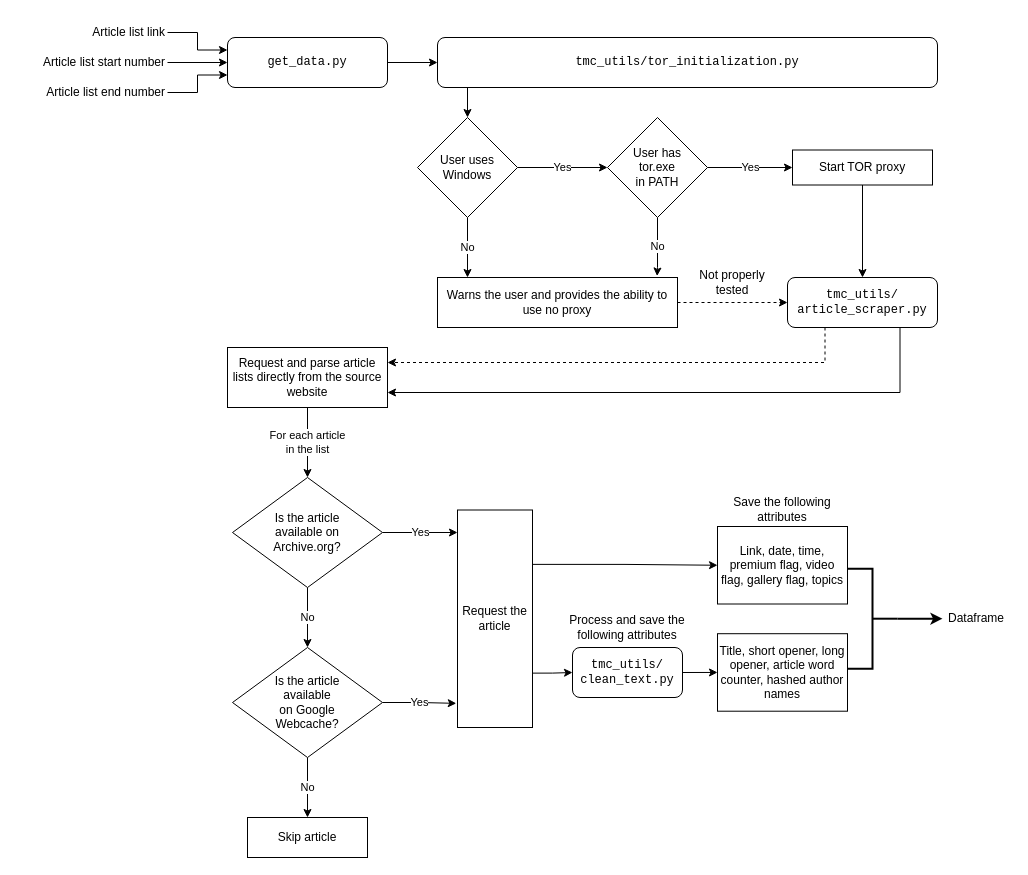
The draw.io diagram img/diagram.drawio in rnd195/text-mining-covid, before the edit. Source tidied: cells renumbered, new cells numbered last; positions are measured from the earlier drawing's top-left corner, leaving out a move shared by most shapes. Both pictures are drawn from the tidied source at 100%, with x=0, y=0 at pixel (17, 17).
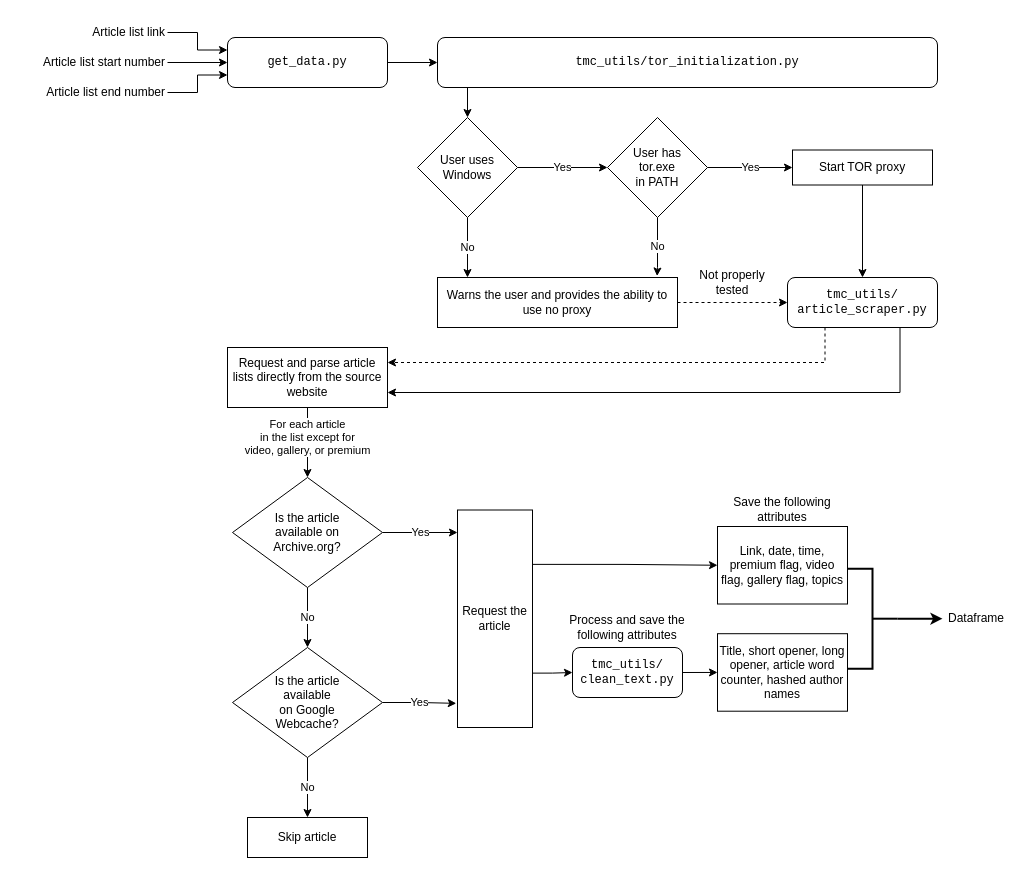
Above is the later version.

Unchanged cells that the change refers to:
```xml
<mxCell id="27" value="Request and parse article lists directly from the source website" style="rounded=0;whiteSpace=wrap;html=1;fontFamily=Helvetica;" parent="1" vertex="1">
  <mxGeometry x="210" y="330" width="160" height="60" as="geometry" />
</mxCell>
```

The edit, as a diff of the source:
```diff
@@
-    <mxCell id="26" value="&lt;div&gt;For each article&lt;/div&gt;&lt;div&gt;in the list&lt;br&gt;&lt;/div&gt;" style="edgeStyle=orthogonalEdgeStyle;rounded=0;jettySize=auto;html=1;exitX=0.5;exitY=1;exitDx=0;exitDy=0;fontFamily=Helvetica;" parent="1" edge="1" source="27">
-      <mxGeometry relative="1" as="geometry">
+    <mxCell id="26" value="&lt;div&gt;For each article&lt;/div&gt;&lt;div&gt;in the list except for &lt;br&gt;&lt;/div&gt;&lt;div&gt;video, gallery, or premium&lt;br&gt;&lt;/div&gt;" style="edgeStyle=orthogonalEdgeStyle;rounded=0;jettySize=auto;html=1;exitX=0.5;exitY=1;exitDx=0;exitDy=0;fontFamily=Helvetica;endSize=6;jumpSize=6;" parent="1" edge="1" source="27">
+      <mxGeometry x="-0.14" relative="1" as="geometry">
         <mxPoint x="290" y="460" as="targetPoint" />
       </mxGeometry>
     </mxCell>
```
